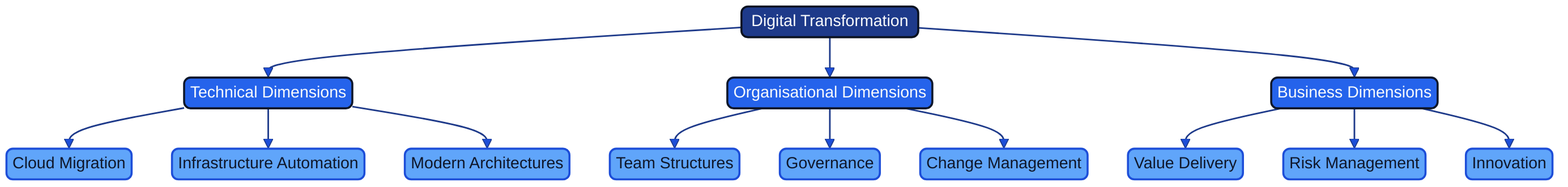
This is docs/images/mindmap_21_digitalisation.png from Geonitab/architecture_as_code, a Mermaid export, as it was before one commit. Its source is kept beside it as docs/images/mindmap_21_digitalisation.mmd.
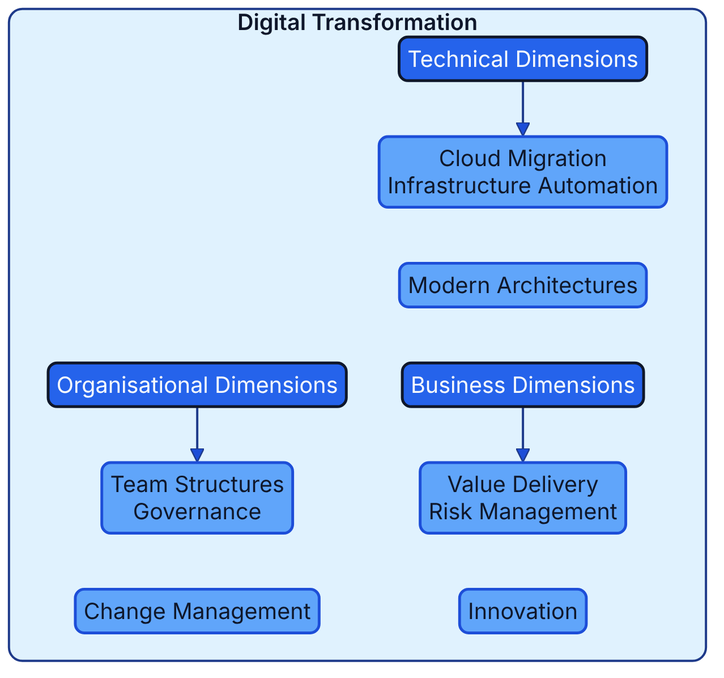
After the change.

Change to the diagram source:
```diff
@@ -1,14 +1,20 @@
-graph TD
-    ROOT(["Digital Transformation"]):::geon-primary
-    ROOT --> TD["Technical Dimensions"]:::geon-accent
-    ROOT --> OD["Organisational Dimensions"]:::geon-accent
-    ROOT --> BD["Business Dimensions"]:::geon-accent
-    TD --> TD1["Cloud Migration"]:::geon-highlight
-    TD --> TD2["Infrastructure Automation"]:::geon-highlight
-    TD --> TD3["Modern Architectures"]:::geon-highlight
-    OD --> OD1["Team Structures"]:::geon-highlight
-    OD --> OD2["Governance"]:::geon-highlight
-    OD --> OD3["Change Management"]:::geon-highlight
-    BD --> BD1["Value Delivery"]:::geon-highlight
-    BD --> BD2["Risk Management"]:::geon-highlight
-    BD --> BD3["Innovation"]:::geon-highlight
+flowchart TB
+    subgraph ROOT["Digital Transformation"]
+        direction TB
+        B0["Technical Dimensions"]:::geon-accent
+        L0_0["Cloud Migration<br/>Infrastructure Automation"]:::geon-highlight
+        B0 --> L0_0
+        L0_1["Modern Architectures"]:::geon-highlight
+        L0_0 ~~~ L0_1
+        B1["Organisational Dimensions"]:::geon-accent
+        L1_0["Team Structures<br/>Governance"]:::geon-highlight
+        B1 --> L1_0
+        L1_1["Change Management"]:::geon-highlight
+        L1_0 ~~~ L1_1
+        B2["Business Dimensions"]:::geon-accent
+        L2_0["Value Delivery<br/>Risk Management"]:::geon-highlight
+        B2 --> L2_0
+        L2_1["Innovation"]:::geon-highlight
+        L2_0 ~~~ L2_1
+        L0_1 ~~~ B2
+    end
```
